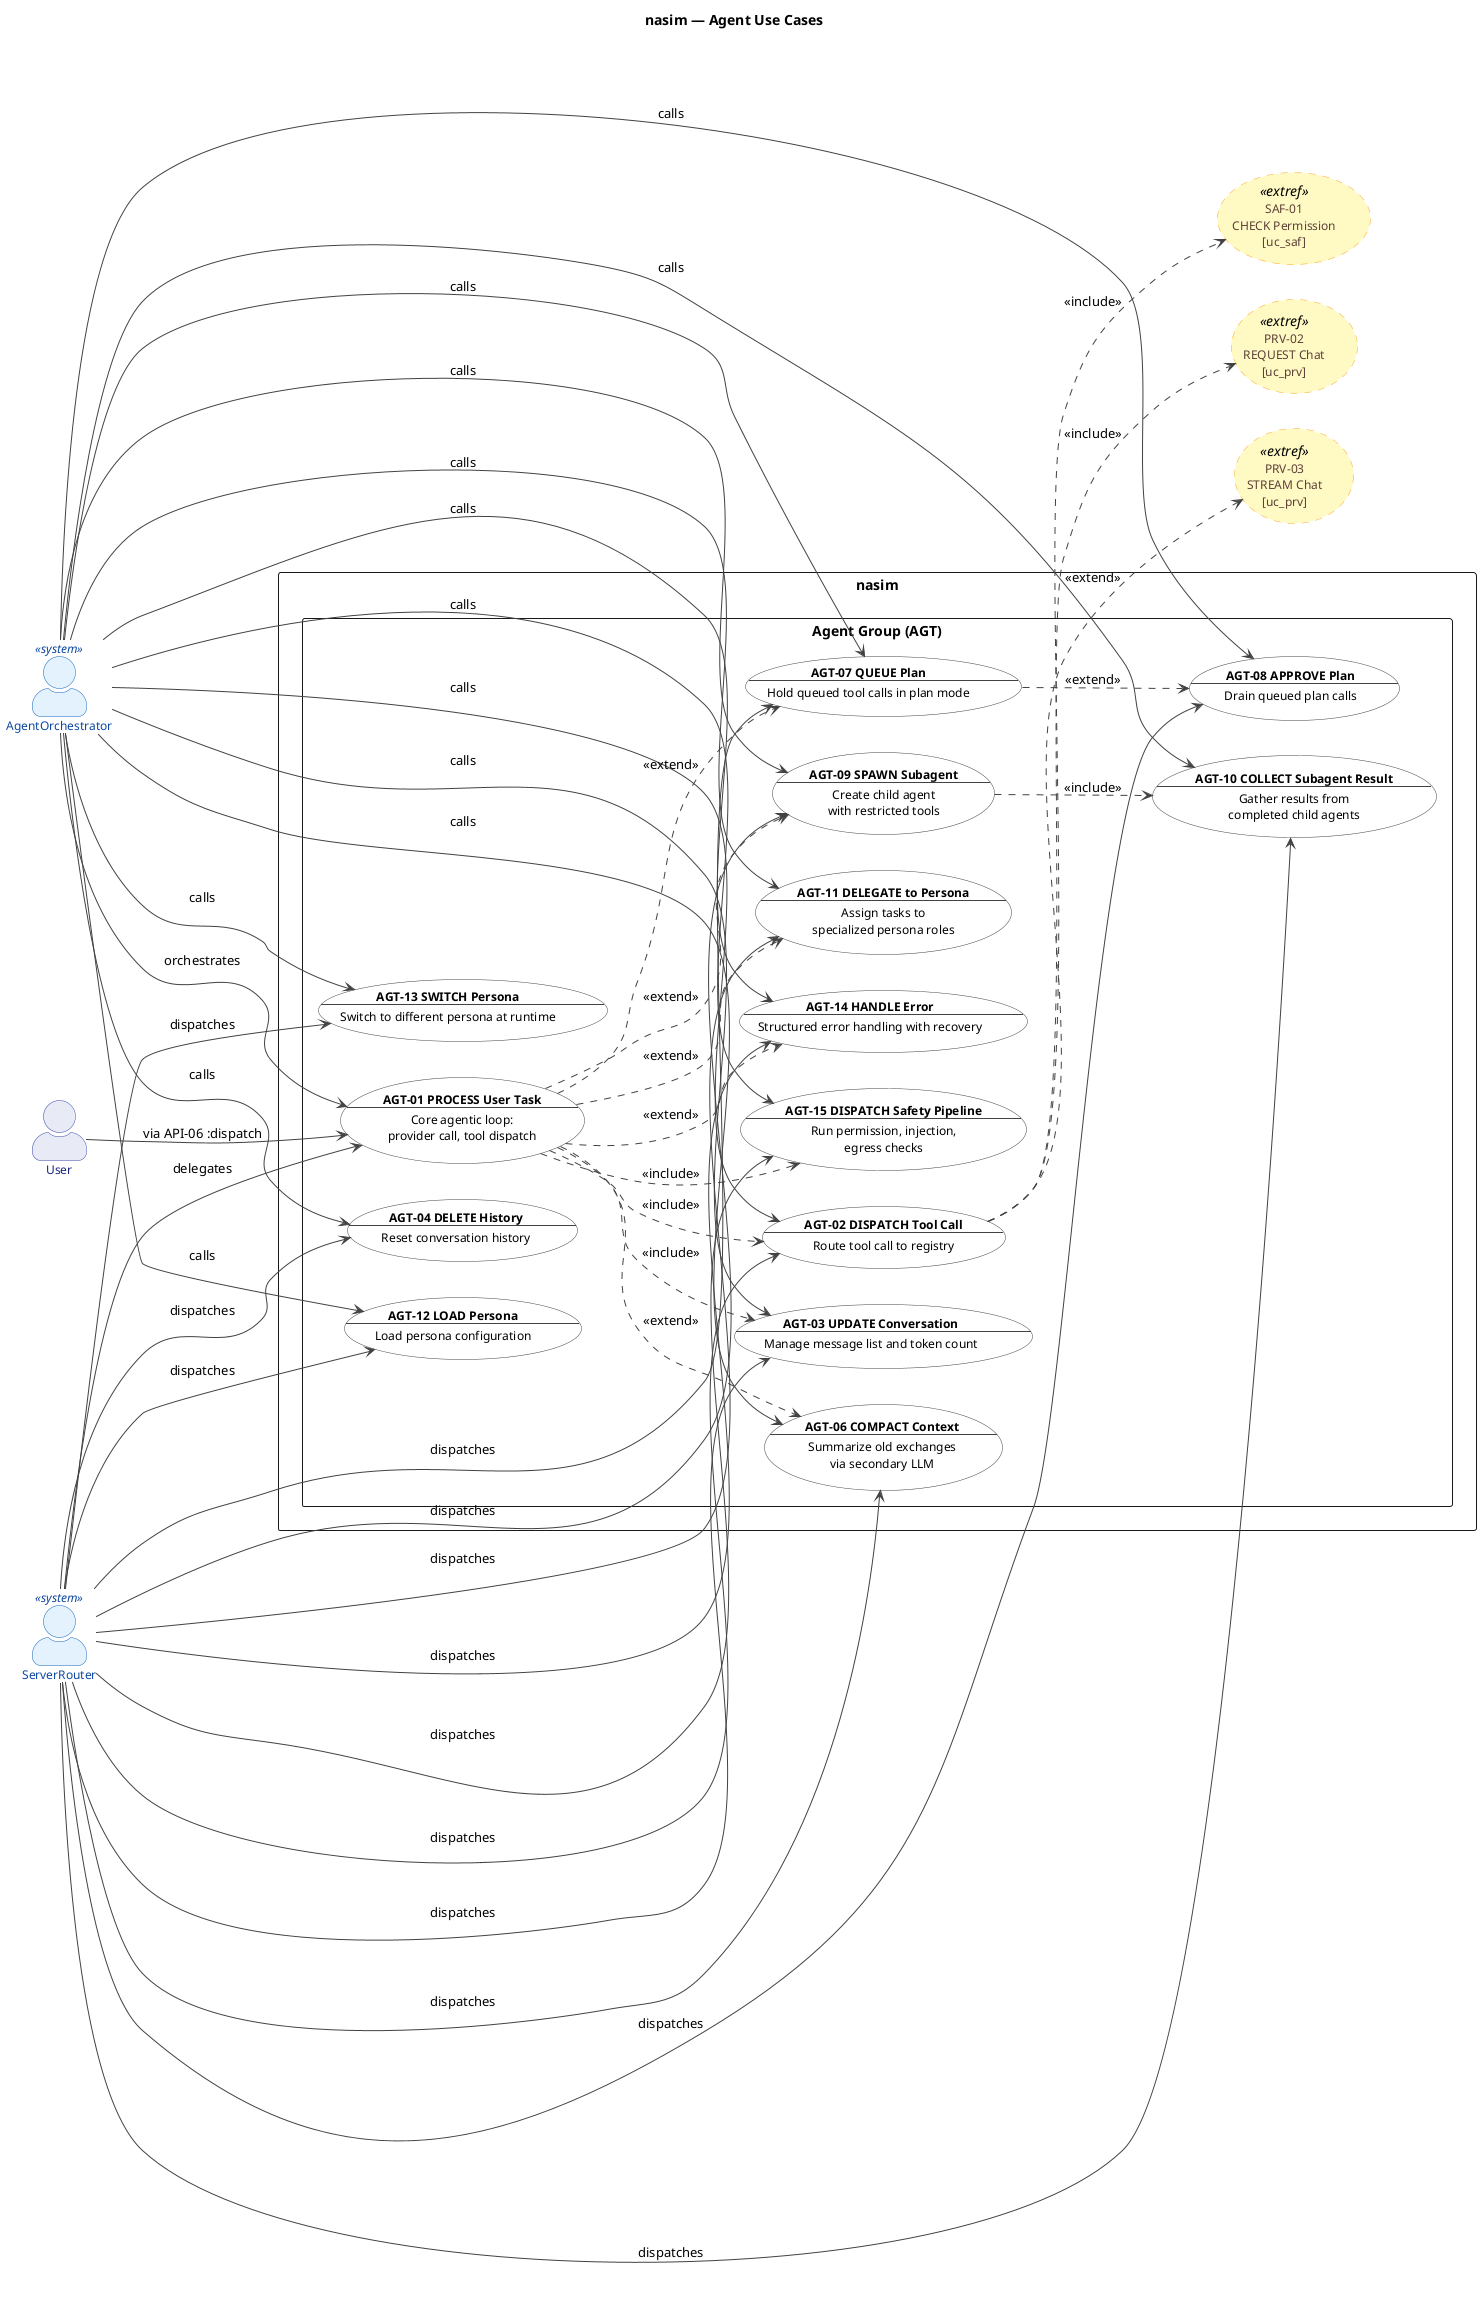
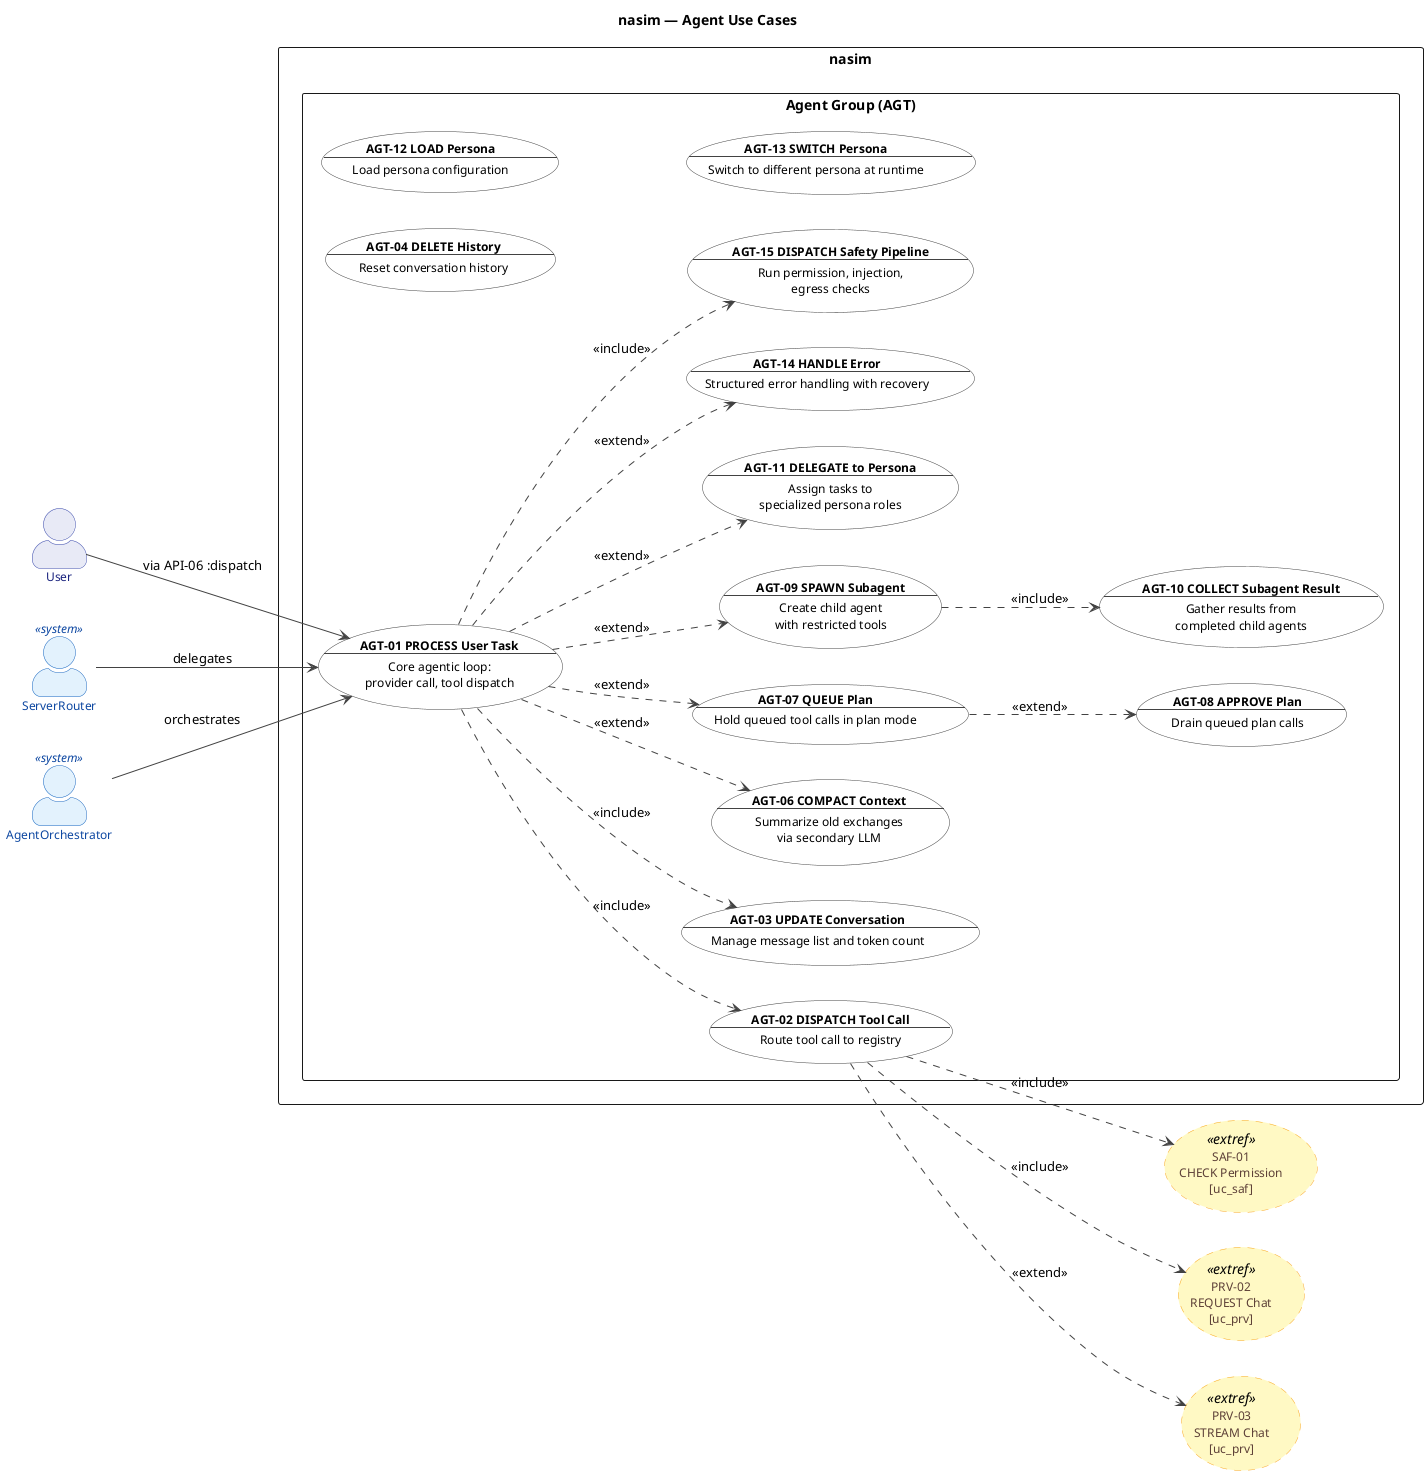
@startuml uc_agt


' ============================================================
' Title:     nasim — UC: Agent Group
' Group:     AGT (Agent Core)
' Boundary:  nasim code agent
' Purpose:   Core agentic loop: provider call, tool dispatch,
'            conversation history, context compaction, plans,
'            subagents, personas, error handling, safety pipeline.
'            Entry chain: User → ServerRouter → AgentOrchestrator
' Milestone: v1.0
' Version:   9.1.0
' Source:    docs/ENTITIES.md, docs/UC/README.md
' Review:    CAR refinement loop 2026-06-27
' SQ:        sq_agt01..sq_agt15
' ============================================================


left to right direction


title nasim — Agent Use Cases


skinparam actorStyle awesome
skinparam packageStyle rectangle


skinparam usecase {
  BackgroundColor #FFFFFF
  BorderColor #424242
  FontColor #000000
  ArrowColor #424242
  FontSize 12
}


skinparam actor {
  BackgroundColor #E8EAF6
  BorderColor #3949AB
  FontColor #1A237E
  FontSize 12
}


skinparam actor<<system>> {
  BackgroundColor #E3F2FD
  BorderColor #1565C0
  FontColor #0D47A1
}


skinparam usecase<<extref>> {
  BackgroundColor #FFF9C4
  BorderColor #F9A825
  FontColor #5D4037
  BorderStyle dashed
}


' ============================================================
' Actors
' ============================================================


actor "User" as User
actor "ServerRouter" as Router <<system>>
actor "AgentOrchestrator" as Agent <<system>>




' ============================================================
' Cross-Group External References
' ============================================================


usecase "SAF-01\nCHECK Permission\n[uc_saf]" as SAF01_ext <<extref>>
usecase "PRV-02\nREQUEST Chat\n[uc_prv]" as PRV02_ext <<extref>>
usecase "PRV-03\nSTREAM Chat\n[uc_prv]" as PRV03_ext <<extref>>


' ============================================================
' System Boundary
' ============================================================


rectangle "nasim" {
  package "Agent Group (AGT)" {
    usecase "**AGT-01 PROCESS User Task**\n--\nCore agentic loop:\nprovider call, tool dispatch" as AGT01
    usecase "**AGT-02 DISPATCH Tool Call**\n--\nRoute tool call to registry" as AGT02
    usecase "**AGT-03 UPDATE Conversation**\n--\nManage message list and token count" as AGT03
    usecase "**AGT-04 DELETE History**\n--\nReset conversation history" as AGT04
    usecase "**AGT-06 COMPACT Context**\n--\nSummarize old exchanges\nvia secondary LLM" as AGT06
    usecase "**AGT-07 QUEUE Plan**\n--\nHold queued tool calls in plan mode" as AGT07
    usecase "**AGT-08 APPROVE Plan**\n--\nDrain queued plan calls" as AGT08
    usecase "**AGT-09 SPAWN Subagent**\n--\nCreate child agent\nwith restricted tools" as AGT09
    usecase "**AGT-10 COLLECT Subagent Result**\n--\nGather results from\ncompleted child agents" as AGT10
    usecase "**AGT-11 DELEGATE to Persona**\n--\nAssign tasks to\nspecialized persona roles" as AGT11
    usecase "**AGT-12 LOAD Persona**\n--\nLoad persona configuration" as AGT12
    usecase "**AGT-13 SWITCH Persona**\n--\nSwitch to different persona at runtime" as AGT13
    usecase "**AGT-14 HANDLE Error**\n--\nStructured error handling with recovery" as AGT14
    usecase "**AGT-15 DISPATCH Safety Pipeline**\n--\nRun permission, injection,\negress checks" as AGT15
  }
}


' ============================================================
' Actor -> Use Case Associations
' ============================================================


User --> AGT01 : via API-06 :dispatch
Router --> AGT01 : delegates
- Router --> AGT02 : dispatches
- Router --> AGT03 : dispatches
- Router --> AGT04 : dispatches
- Router --> AGT06 : dispatches
- Router --> AGT07 : dispatches
- Router --> AGT08 : dispatches
- Router --> AGT09 : dispatches
- Router --> AGT10 : dispatches
- Router --> AGT11 : dispatches
- Router --> AGT12 : dispatches
- Router --> AGT13 : dispatches
- Router --> AGT14 : dispatches
- Router --> AGT15 : dispatches
- 
Agent --> AGT01 : orchestrates
- Agent --> AGT02 : calls
- Agent --> AGT03 : calls
- Agent --> AGT04 : calls
- Agent --> AGT06 : calls
- Agent --> AGT07 : calls
- Agent --> AGT08 : calls
- Agent --> AGT09 : calls
- Agent --> AGT10 : calls
- Agent --> AGT11 : calls
- Agent --> AGT12 : calls
- Agent --> AGT13 : calls
- Agent --> AGT14 : calls
- Agent --> AGT15 : calls


' ============================================================
' Relationships (downward <<include>> only)
' ============================================================


AGT01 ..> AGT02 : <<include>>
AGT01 ..> AGT03 : <<include>>
AGT01 ..> AGT06 : <<extend>>
AGT01 ..> AGT07 : <<extend>>
AGT01 ..> AGT09 : <<extend>>
AGT01 ..> AGT11 : <<extend>>
AGT01 ..> AGT14 : <<extend>>
AGT01 ..> AGT15 : <<include>>


AGT02 ..> SAF01_ext : <<include>>
AGT02 ..> PRV02_ext : <<include>>
AGT02 ..> PRV03_ext : <<extend>>


AGT07 ..> AGT08 : <<extend>>


AGT09 ..> AGT10 : <<include>>




@enduml
